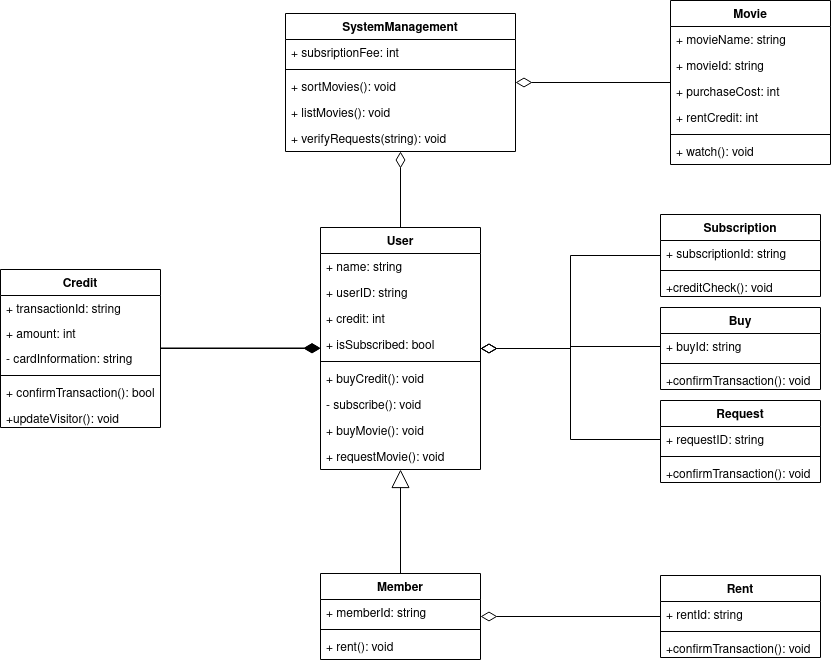
This is OnlineMovieSystem.drawio.png from gkhndktr/OOP, a draw.io export, as it was before one commit. Source tidied: cells renumbered, new cells last; positions are measured from the earlier drawing's top-left corner, leaving out a move shared by most shapes.
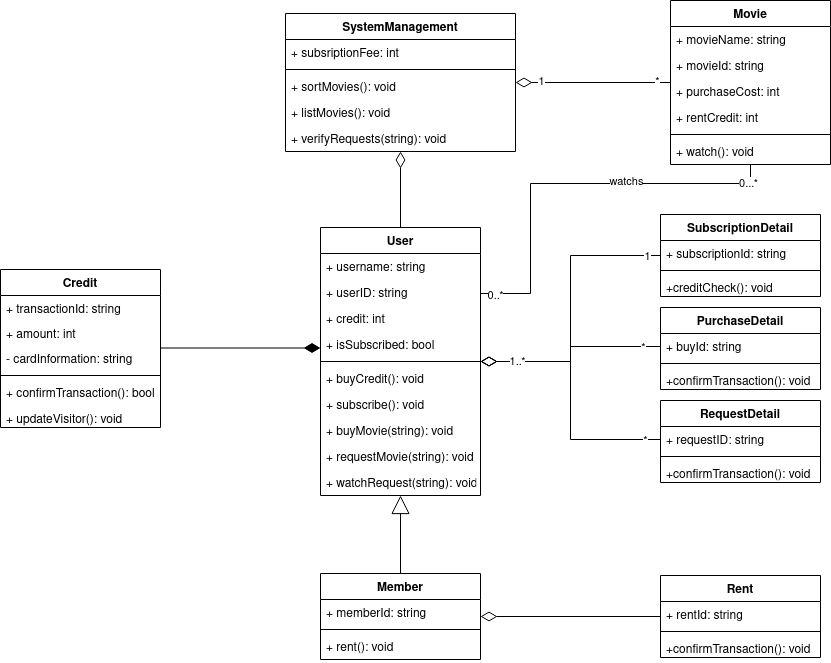
The same diagram one commit later.

Diff of the diagram source:
```diff
@@ -3,9 +3,9 @@
     <mxCell id="0" />
     <mxCell id="1" parent="0" />
     <mxCell id="2" value="User" style="swimlane;fontStyle=1;align=center;verticalAlign=top;horizontal=1;startSize=26;" parent="1" vertex="1">
-      <mxGeometry x="320" y="227" width="160" height="242" as="geometry" />
+      <mxGeometry x="320" y="227" width="160" height="268" as="geometry" />
     </mxCell>
-    <mxCell id="3" value="+ name: string" style="text;strokeColor=none;fillColor=none;align=left;verticalAlign=top;spacingLeft=4;spacingRight=4;overflow=hidden;" parent="2" vertex="1">
+    <mxCell id="3" value="+ username: string" style="text;strokeColor=none;fillColor=none;align=left;verticalAlign=top;spacingLeft=4;spacingRight=4;overflow=hidden;" parent="2" vertex="1">
       <mxGeometry y="26" width="160" height="26" as="geometry" />
     </mxCell>
     <mxCell id="4" value="+ userID: string" style="text;strokeColor=none;fillColor=none;align=left;verticalAlign=top;spacingLeft=4;spacingRight=4;overflow=hidden;" parent="2" vertex="1">
@@ -23,15 +23,18 @@
     <mxCell id="8" value="+ buyCredit(): void" style="text;strokeColor=none;fillColor=none;align=left;verticalAlign=top;spacingLeft=4;spacingRight=4;overflow=hidden;" parent="2" vertex="1">
       <mxGeometry y="138" width="160" height="26" as="geometry" />
     </mxCell>
-    <mxCell id="9" value="- subscribe(): void" style="text;strokeColor=none;fillColor=none;align=left;verticalAlign=top;spacingLeft=4;spacingRight=4;overflow=hidden;" parent="2" vertex="1">
+    <mxCell id="9" value="+ subscribe(): void" style="text;strokeColor=none;fillColor=none;align=left;verticalAlign=top;spacingLeft=4;spacingRight=4;overflow=hidden;" parent="2" vertex="1">
       <mxGeometry y="164" width="160" height="26" as="geometry" />
     </mxCell>
-    <mxCell id="10" value="+ buyMovie(): void" style="text;strokeColor=none;fillColor=none;align=left;verticalAlign=top;spacingLeft=4;spacingRight=4;overflow=hidden;" parent="2" vertex="1">
+    <mxCell id="10" value="+ buyMovie(string): void" style="text;strokeColor=none;fillColor=none;align=left;verticalAlign=top;spacingLeft=4;spacingRight=4;overflow=hidden;" parent="2" vertex="1">
       <mxGeometry y="190" width="160" height="26" as="geometry" />
     </mxCell>
-    <mxCell id="11" value="+ requestMovie(): void" style="text;strokeColor=none;fillColor=none;align=left;verticalAlign=top;spacingLeft=4;spacingRight=4;overflow=hidden;" parent="2" vertex="1">
+    <mxCell id="11" value="+ requestMovie(string): void" style="text;strokeColor=none;fillColor=none;align=left;verticalAlign=top;spacingLeft=4;spacingRight=4;overflow=hidden;" parent="2" vertex="1">
       <mxGeometry y="216" width="160" height="26" as="geometry" />
     </mxCell>
+    <mxCell id="61" value="+ watchRequest(string): void" style="text;strokeColor=none;fillColor=none;align=left;verticalAlign=top;spacingLeft=4;spacingRight=4;overflow=hidden;" parent="2" vertex="1">
+      <mxGeometry y="242" width="160" height="26" as="geometry" />
+    </mxCell>
     <mxCell id="12" value="Movie" style="swimlane;fontStyle=1;align=center;verticalAlign=top;horizontal=1;startSize=26;" parent="1" vertex="1">
       <mxGeometry x="670" width="160" height="164" as="geometry" />
     </mxCell>
@@ -104,19 +107,22 @@
     <mxCell id="35" value="+ confirmTransaction(): bool" style="text;strokeColor=none;fillColor=none;align=left;verticalAlign=top;spacingLeft=4;spacingRight=4;overflow=hidden;" parent="30" vertex="1">
       <mxGeometry y="110" width="160" height="26" as="geometry" />
     </mxCell>
-    <mxCell id="36" value="+updateVisitor(): void" style="text;strokeColor=none;fillColor=none;align=left;verticalAlign=top;spacingLeft=4;spacingRight=4;overflow=hidden;" parent="30" vertex="1">
+    <mxCell id="36" value="+ updateVisitor(): void" style="text;strokeColor=none;fillColor=none;align=left;verticalAlign=top;spacingLeft=4;spacingRight=4;overflow=hidden;" parent="30" vertex="1">
       <mxGeometry y="136" width="160" height="22" as="geometry" />
     </mxCell>
-    <mxCell id="37" style="endArrow=none;html=1;endSize=12;startArrow=diamondThin;startSize=14;startFill=1;edgeStyle=orthogonalEdgeStyle;align=left;verticalAlign=bottom;rounded=0;endFill=0;" parent="1" edge="1" source="2" target="30">
-      <mxGeometry x="-1" y="3" relative="1" as="geometry" />
-    </mxCell>
     <mxCell id="38" style="endArrow=none;html=1;endSize=12;startArrow=diamondThin;startSize=14;startFill=0;edgeStyle=orthogonalEdgeStyle;align=left;verticalAlign=bottom;rounded=0;endFill=0;" parent="1" edge="1" source="19" target="12">
       <mxGeometry x="-1" y="3" relative="1" as="geometry" />
     </mxCell>
+    <mxCell id="62" value="1" style="edgeLabel;html=1;align=center;verticalAlign=middle;" parent="38" vertex="1">
+      <mxGeometry x="-0.68" y="2" relative="1" as="geometry" />
+    </mxCell>
+    <mxCell id="63" value="*" style="edgeLabel;html=1;align=center;verticalAlign=middle;" parent="38" vertex="1">
+      <mxGeometry x="0.82" y="2" relative="1" as="geometry" />
+    </mxCell>
     <mxCell id="39" style="endArrow=none;html=1;endSize=12;startArrow=diamondThin;startSize=14;startFill=0;edgeStyle=orthogonalEdgeStyle;align=left;verticalAlign=bottom;rounded=0;endFill=0;" parent="1" edge="1" source="19" target="2">
       <mxGeometry x="-1" y="3" relative="1" as="geometry" />
     </mxCell>
-    <mxCell id="40" value="Subscription" style="swimlane;fontStyle=1;align=center;verticalAlign=top;horizontal=1;startSize=26;" parent="1" vertex="1">
+    <mxCell id="40" value="SubscriptionDetail" style="swimlane;fontStyle=1;align=center;verticalAlign=top;horizontal=1;startSize=26;" parent="1" vertex="1">
       <mxGeometry x="660" y="214" width="160" height="82" as="geometry" />
     </mxCell>
     <mxCell id="41" value="+ subscriptionId: string" style="text;strokeColor=none;fillColor=none;align=left;verticalAlign=top;spacingLeft=4;spacingRight=4;overflow=hidden;" parent="40" vertex="1">
@@ -131,7 +137,10 @@
     <mxCell id="44" style="endArrow=none;html=1;endSize=12;startArrow=diamondThin;startSize=14;startFill=0;edgeStyle=orthogonalEdgeStyle;align=left;verticalAlign=bottom;rounded=0;endFill=0;" parent="1" edge="1" source="2" target="40">
       <mxGeometry x="-1" y="3" relative="1" as="geometry" />
     </mxCell>
+    <mxCell id="64" value="1" style="edgeLabel;html=1;align=center;verticalAlign=middle;" parent="44" vertex="1">
+      <mxGeometry x="0.9" relative="1" as="geometry" />
+    </mxCell>
-    <mxCell id="45" value="Buy" style="swimlane;fontStyle=1;align=center;verticalAlign=top;horizontal=1;startSize=26;" parent="1" vertex="1">
+    <mxCell id="45" value="PurchaseDetail" style="swimlane;fontStyle=1;align=center;verticalAlign=top;horizontal=1;startSize=26;" parent="1" vertex="1">
       <mxGeometry x="660" y="307" width="160" height="82" as="geometry" />
     </mxCell>
     <mxCell id="46" value="+ buyId: string" style="text;strokeColor=none;fillColor=none;align=left;verticalAlign=top;spacingLeft=4;spacingRight=4;overflow=hidden;points=[[0,0.5],[1,0.5]];portConstraint=eastwest;" parent="45" vertex="1">
@@ -143,7 +152,7 @@
     <mxCell id="48" value="+confirmTransaction(): void" style="text;strokeColor=none;fillColor=none;align=left;verticalAlign=top;spacingLeft=4;spacingRight=4;overflow=hidden;" parent="45" vertex="1">
       <mxGeometry y="60" width="160" height="22" as="geometry" />
     </mxCell>
-    <mxCell id="49" value="Request" style="swimlane;fontStyle=1;align=center;verticalAlign=top;horizontal=1;startSize=26;" parent="1" vertex="1">
+    <mxCell id="49" value="RequestDetail" style="swimlane;fontStyle=1;align=center;verticalAlign=top;horizontal=1;startSize=26;" parent="1" vertex="1">
       <mxGeometry x="660" y="400" width="160" height="82" as="geometry" />
     </mxCell>
     <mxCell id="50" value="+ requestID: string" style="text;strokeColor=none;fillColor=none;align=left;verticalAlign=top;spacingLeft=4;spacingRight=4;overflow=hidden;points=[[0,0.5],[1,0.5]];portConstraint=eastwest;" parent="49" vertex="1">
@@ -170,9 +179,18 @@
     <mxCell id="57" style="endArrow=none;html=1;endSize=12;startArrow=diamondThin;startSize=14;startFill=0;edgeStyle=orthogonalEdgeStyle;align=left;verticalAlign=bottom;rounded=0;endFill=0;entryX=0;entryY=0.5;entryDx=0;entryDy=0;" parent="1" edge="1" source="2" target="46">
       <mxGeometry x="-1" y="3" relative="1" as="geometry" />
     </mxCell>
+    <mxCell id="65" value="*" style="edgeLabel;html=1;align=center;verticalAlign=middle;" parent="57" vertex="1">
+      <mxGeometry x="0.82" relative="1" as="geometry" />
+    </mxCell>
     <mxCell id="58" style="endArrow=none;html=1;endSize=12;startArrow=diamondThin;startSize=14;startFill=0;edgeStyle=orthogonalEdgeStyle;align=left;verticalAlign=bottom;rounded=0;endFill=0;entryX=0;entryY=0.5;entryDx=0;entryDy=0;" parent="1" edge="1" source="2" target="50">
       <mxGeometry x="-1" y="3" relative="1" as="geometry" />
     </mxCell>
+    <mxCell id="66" value="*" style="edgeLabel;html=1;align=center;verticalAlign=middle;" parent="58" vertex="1">
+      <mxGeometry x="0.88" relative="1" as="geometry" />
+    </mxCell>
+    <mxCell id="67" value="1..*" style="edgeLabel;html=1;align=center;verticalAlign=middle;" parent="58" vertex="1">
+      <mxGeometry x="-0.72" y="1" relative="1" as="geometry" />
+    </mxCell>
     <mxCell id="59" style="endArrow=none;html=1;endSize=12;startArrow=diamondThin;startSize=14;startFill=0;edgeStyle=orthogonalEdgeStyle;align=left;verticalAlign=bottom;rounded=0;endFill=0;" parent="1" edge="1" source="25" target="53">
       <mxGeometry x="-1" y="3" relative="1" as="geometry" />
     </mxCell>
@@ -182,5 +200,23 @@
         <mxPoint x="160" y="347.5" as="targetPoint" />
       </mxGeometry>
     </mxCell>
+    <mxCell id="68" style="endArrow=none;html=1;edgeStyle=orthogonalEdgeStyle;rounded=0;" parent="1" edge="1" source="2" target="12">
+      <mxGeometry relative="1" as="geometry">
+        <Array as="points">
+          <mxPoint x="530" y="293" />
+          <mxPoint x="530" y="183" />
+          <mxPoint x="750" y="183" />
+        </Array>
+      </mxGeometry>
+    </mxCell>
+    <mxCell id="69" value="0..*" style="edgeLabel;html=1;align=center;verticalAlign=middle;" parent="68" vertex="1">
+      <mxGeometry x="-0.93" y="-1" relative="1" as="geometry" />
+    </mxCell>
+    <mxCell id="70" value="watchs" style="edgeLabel;html=1;align=center;verticalAlign=middle;" parent="68" vertex="1">
+      <mxGeometry x="0.28" y="3" relative="1" as="geometry" />
+    </mxCell>
+    <mxCell id="71" value="0...*" style="edgeLabel;html=1;align=center;verticalAlign=middle;" parent="68" vertex="1">
+      <mxGeometry x="0.89" y="1" relative="1" as="geometry" />
+    </mxCell>
   </root>
 </mxGraphModel>
```
